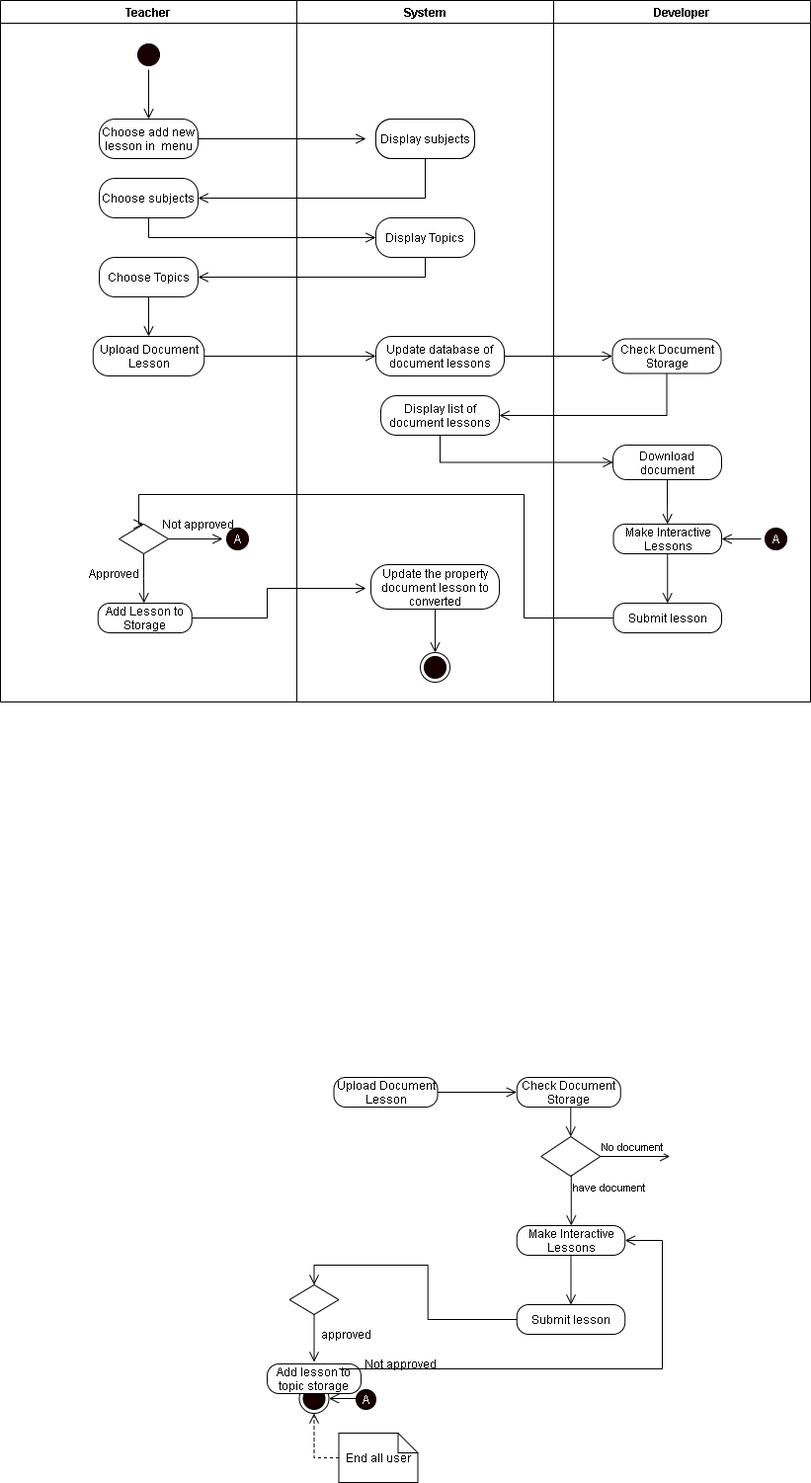
Above: REVISIONS 5-29-2021/UML-DIAGRAMS/Diagrams-Add interactive lessons.png in mrklglsn/CAPSTONE-FILES (draw.io), before the change. Source tidied: cells renumbered, new cells last; positions are measured from the earlier drawing's top-left corner, leaving out a move shared by most shapes.
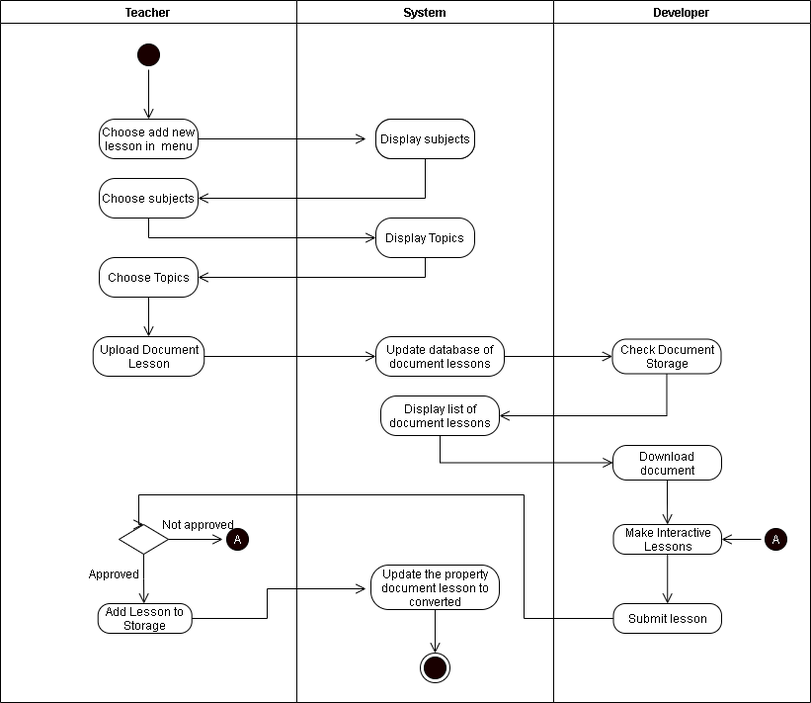
After the commit.

What changed in the source:
```diff
@@ -108,106 +108,6 @@
         <mxPoint x="380" y="360" as="targetPoint" />
       </mxGeometry>
     </mxCell>
-    <mxCell id="36" value="Upload Document Lesson" style="rounded=1;whiteSpace=wrap;html=1;arcSize=40;" parent="1" vertex="1">
-      <mxGeometry x="337.5" y="1090" width="105" height="30" as="geometry" />
-    </mxCell>
-    <mxCell id="37" style="ellipse;html=1;shape=endState;fillColor=#190000;" parent="1" vertex="1">
-      <mxGeometry x="302.5" y="1400" width="30" height="30" as="geometry" />
-    </mxCell>
-    <mxCell id="38" style="rhombus;whiteSpace=wrap;html=1;" parent="1" vertex="1">
-      <mxGeometry x="292.5" y="1300" width="50" height="30" as="geometry" />
-    </mxCell>
-    <mxCell id="39" value="Not approved" style="text;html=1;align=center;verticalAlign=middle;" parent="1" vertex="1">
-      <mxGeometry x="360" y="1370" width="90" height="20" as="geometry" />
-    </mxCell>
-    <mxCell id="40" value="approved" style="text;html=1;align=center;verticalAlign=middle;" parent="1" vertex="1">
-      <mxGeometry x="315" y="1340" width="70" height="20" as="geometry" />
-    </mxCell>
-    <mxCell id="41" style="edgeStyle=orthogonalEdgeStyle;rounded=0;jettySize=auto;html=1;exitX=0.5;exitY=1;exitDx=0;exitDy=0;entryX=0.5;entryY=0;entryDx=0;entryDy=0;endArrow=open;endFill=0;endSize=8;" parent="1" edge="1" source="42" target="37">
-      <mxGeometry relative="1" as="geometry" />
-    </mxCell>
-    <mxCell id="42" value="Add lesson to topic storage" style="rounded=1;whiteSpace=wrap;html=1;arcSize=40;" parent="1" vertex="1">
-      <mxGeometry x="270" y="1380" width="95" height="30" as="geometry" />
-    </mxCell>
-    <mxCell id="43" style="edgeStyle=orthogonalEdgeStyle;rounded=0;jettySize=auto;html=1;entryX=1;entryY=0.5;entryDx=0;entryDy=0;endArrow=open;endFill=0;endSize=8;" parent="1" edge="1" target="37">
-      <mxGeometry relative="1" as="geometry">
-        <mxPoint x="362.5" y="1415" as="sourcePoint" />
-      </mxGeometry>
-    </mxCell>
-    <mxCell id="44" style="edgeStyle=orthogonalEdgeStyle;rounded=0;jumpStyle=arc;jumpSize=11;jettySize=auto;html=1;exitX=0.5;exitY=1;exitDx=0;exitDy=0;endArrow=open;endFill=0;endSize=8;" parent="1" edge="1" source="38">
-      <mxGeometry relative="1" as="geometry">
-        <mxPoint x="317.5" y="1378" as="targetPoint" />
-        <Array as="points">
-          <mxPoint x="317.5" y="1370" />
-          <mxPoint x="317.5" y="1370" />
-        </Array>
-      </mxGeometry>
-    </mxCell>
-    <mxCell id="45" value="End all user" style="shape=note;size=20;whiteSpace=wrap;html=1;strokeWidth=1;" parent="1" vertex="1">
-      <mxGeometry x="342.5" y="1450" width="80" height="50" as="geometry" />
-    </mxCell>
-    <mxCell id="46" style="edgeStyle=orthogonalEdgeStyle;rounded=0;jumpStyle=arc;jumpSize=11;jettySize=auto;html=1;exitX=0;exitY=0.5;exitDx=0;exitDy=0;exitPerimeter=0;endArrow=open;endFill=0;endSize=8;dashed=1;entryX=0.5;entryY=1;entryDx=0;entryDy=0;" parent="1" edge="1" source="45" target="37">
-      <mxGeometry relative="1" as="geometry">
-        <Array as="points">
-          <mxPoint x="317.5" y="1475" />
-        </Array>
-      </mxGeometry>
-    </mxCell>
-    <mxCell id="47" value="Check Document Storage" style="rounded=1;whiteSpace=wrap;html=1;arcSize=40;" parent="1" vertex="1">
-      <mxGeometry x="522.8" y="1090" width="105" height="30" as="geometry" />
-    </mxCell>
-    <mxCell id="48" style="rhombus;whiteSpace=wrap;html=1;" parent="1" vertex="1">
-      <mxGeometry x="547.2" y="1150" width="60" height="40" as="geometry" />
-    </mxCell>
-    <mxCell id="49" style="edgeStyle=orthogonalEdgeStyle;rounded=0;jettySize=auto;html=1;exitX=0.5;exitY=1;exitDx=0;exitDy=0;entryX=0.5;entryY=0;entryDx=0;entryDy=0;endArrow=open;endFill=0;endSize=8;" parent="1" edge="1" source="47" target="48">
-      <mxGeometry relative="1" as="geometry" />
-    </mxCell>
-    <mxCell id="50" value="No document" style="edgeStyle=orthogonalEdgeStyle;html=1;align=left;verticalAlign=bottom;endArrow=open;endSize=8;" parent="1" edge="1" source="48">
-      <mxGeometry x="-1" relative="1" as="geometry">
-        <mxPoint x="677.8" y="1170" as="targetPoint" />
-      </mxGeometry>
-    </mxCell>
-    <mxCell id="51" value="have document" style="edgeStyle=orthogonalEdgeStyle;html=1;align=left;verticalAlign=top;endArrow=open;endSize=8;rounded=0;" parent="1" edge="1">
-      <mxGeometry x="-1" relative="1" as="geometry">
-        <mxPoint x="577.8" y="1189" as="sourcePoint" />
-        <mxPoint x="577.8" y="1240" as="targetPoint" />
-        <Array as="points">
-          <mxPoint x="577.8" y="1240" />
-        </Array>
-      </mxGeometry>
-    </mxCell>
-    <mxCell id="52" value="Make Interactive Lessons" style="rounded=1;whiteSpace=wrap;html=1;arcSize=40;" parent="1" vertex="1">
-      <mxGeometry x="522.8" y="1240" width="109.5" height="30" as="geometry" />
-    </mxCell>
-    <mxCell id="53" value="Submit lesson" style="rounded=1;whiteSpace=wrap;html=1;arcSize=40;" parent="1" vertex="1">
-      <mxGeometry x="522.8" y="1320" width="109.5" height="30" as="geometry" />
-    </mxCell>
-    <mxCell id="54" style="edgeStyle=orthogonalEdgeStyle;rounded=0;jumpStyle=arc;jumpSize=11;jettySize=auto;html=1;exitX=0.5;exitY=1;exitDx=0;exitDy=0;entryX=0.5;entryY=0;entryDx=0;entryDy=0;endArrow=open;endFill=0;endSize=8;" parent="1" edge="1" source="52" target="53">
-      <mxGeometry relative="1" as="geometry" />
-    </mxCell>
-    <mxCell id="55" style="edgeStyle=orthogonalEdgeStyle;rounded=0;jettySize=auto;html=1;exitX=0;exitY=0.5;exitDx=0;exitDy=0;endArrow=open;endFill=0;endSize=8;entryX=0.5;entryY=0;entryDx=0;entryDy=0;jumpStyle=arc;jumpSize=11;" parent="1" edge="1" source="53" target="38">
-      <mxGeometry relative="1" as="geometry" />
-    </mxCell>
-    <mxCell id="56" style="edgeStyle=orthogonalEdgeStyle;rounded=0;jettySize=auto;html=1;exitX=1;exitY=0.5;exitDx=0;exitDy=0;endArrow=open;endFill=0;endSize=8;" parent="1" edge="1" source="36">
-      <mxGeometry relative="1" as="geometry">
-        <mxPoint x="522.5" y="1105" as="targetPoint" />
-      </mxGeometry>
-    </mxCell>
-    <mxCell id="57" style="edgeStyle=orthogonalEdgeStyle;rounded=0;jumpStyle=arc;jumpSize=11;jettySize=auto;html=1;exitX=1;exitY=0.5;exitDx=0;exitDy=0;endArrow=open;endFill=0;endSize=8;entryX=1;entryY=0.5;entryDx=0;entryDy=0;" parent="1" edge="1" target="52">
-      <mxGeometry relative="1" as="geometry">
-        <mxPoint x="342.5" y="1385" as="sourcePoint" />
-        <Array as="points">
-          <mxPoint x="670" y="1385" />
-          <mxPoint x="670" y="1255" />
-        </Array>
-      </mxGeometry>
-    </mxCell>
-    <mxCell id="58" style="verticalLabelPosition=bottom;verticalAlign=top;html=1;shape=mxgraph.flowchart.on-page_reference;strokeWidth=1;fillColor=#190000;" parent="1" vertex="1">
-      <mxGeometry x="360" y="1406" width="20" height="20" as="geometry" />
-    </mxCell>
-    <mxCell id="59" value="A" style="text;html=1;align=center;verticalAlign=middle;whiteSpace=wrap;rounded=0;fontColor=#FFFFFF;" parent="1" vertex="1">
-      <mxGeometry x="350" y="1406" width="40" height="20" as="geometry" />
-    </mxCell>
     <mxCell id="60" style="edgeStyle=orthogonalEdgeStyle;rounded=0;jettySize=auto;html=1;exitX=1;exitY=0.5;exitDx=0;exitDy=0;entryX=0;entryY=0.5;entryDx=0;entryDy=0;endArrow=open;endFill=0;endSize=8;" parent="1" edge="1" source="17" target="22">
       <mxGeometry relative="1" as="geometry" />
     </mxCell>
```
